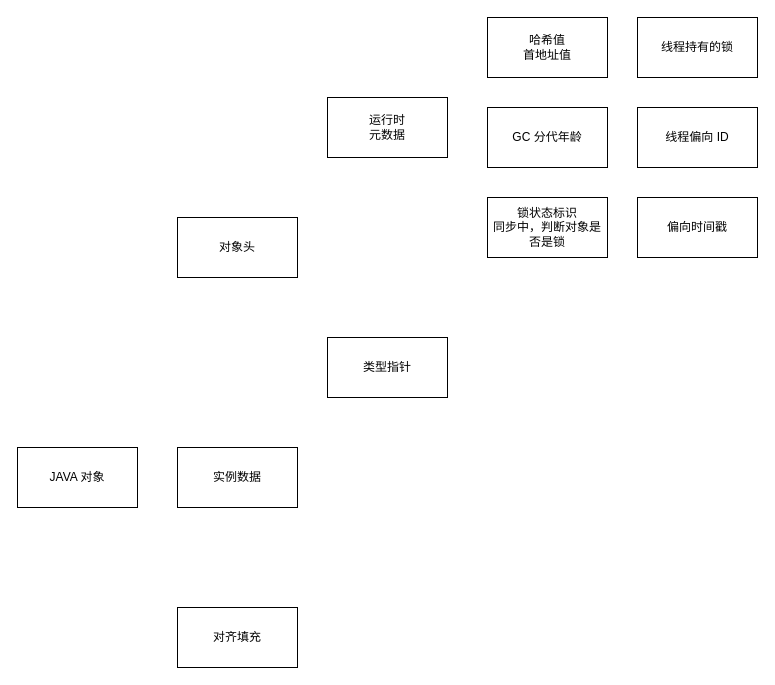
The draw.io diagram com.ygq/frame/Java对象内存分布.drawio in ythawed/diagrams, before the edit. Source tidied: cells renumbered, new cells numbered last; positions are measured from the earlier drawing's top-left corner, leaving out a move shared by most shapes. Both pictures are drawn from the tidied source at 100%, with x=0, y=0 at pixel (17, 17).
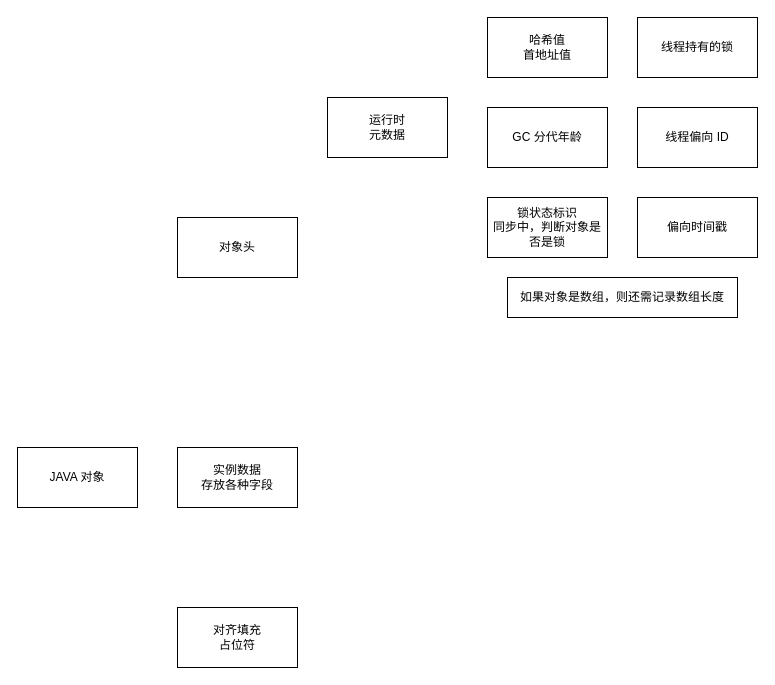
The same page after the edit.

Commit message (it also covers changes not shown here):
Update Java对象内存分布.drawio

Change to the diagram source:
```diff
@@
 <mxGraphModel>
   <root>
     <mxCell id="0" />
     <mxCell id="1" parent="0" />
     <mxCell id="2" value="JAVA 对象" style="rounded=0;whiteSpace=wrap;html=1;" parent="1" vertex="1">
       <mxGeometry y="430" width="120" height="60" as="geometry" />
     </mxCell>
     <mxCell id="3" value="对象头" style="rounded=0;whiteSpace=wrap;html=1;" parent="1" vertex="1">
       <mxGeometry x="160" y="200" width="120" height="60" as="geometry" />
     </mxCell>
-    <mxCell id="4" value="实例数据" style="rounded=0;whiteSpace=wrap;html=1;" parent="1" vertex="1">
+    <mxCell id="4" value="实例数据&lt;br&gt;存放各种字段" style="rounded=0;whiteSpace=wrap;html=1;" parent="1" vertex="1">
       <mxGeometry x="160" y="430" width="120" height="60" as="geometry" />
     </mxCell>
-    <mxCell id="5" value="对齐填充" style="rounded=0;whiteSpace=wrap;html=1;" parent="1" vertex="1">
+    <mxCell id="5" value="对齐填充&lt;br&gt;占位符" style="rounded=0;whiteSpace=wrap;html=1;" parent="1" vertex="1">
       <mxGeometry x="160" y="590" width="120" height="60" as="geometry" />
     </mxCell>
     <mxCell id="6" value="运行时&lt;br&gt;元数据" style="rounded=0;whiteSpace=wrap;html=1;" parent="1" vertex="1">
       <mxGeometry x="310" y="80" width="120" height="60" as="geometry" />
     </mxCell>
-    <mxCell id="7" value="类型指针" style="rounded=0;whiteSpace=wrap;html=1;" parent="1" vertex="1">
-      <mxGeometry x="310" y="320" width="120" height="60" as="geometry" />
-    </mxCell>
     <mxCell id="8" value="哈希值&lt;br&gt;首地址值" style="rounded=0;whiteSpace=wrap;html=1;" parent="1" vertex="1">
       <mxGeometry x="470" width="120" height="60" as="geometry" />
     </mxCell>
     <mxCell id="9" value="GC 分代年龄" style="rounded=0;whiteSpace=wrap;html=1;" parent="1" vertex="1">
       <mxGeometry x="470" y="90" width="120" height="60" as="geometry" />
     </mxCell>
     <mxCell id="10" value="锁状态标识&lt;br&gt;同步中，判断对象是否是锁" style="rounded=0;whiteSpace=wrap;html=1;" parent="1" vertex="1">
       <mxGeometry x="470" y="180" width="120" height="60" as="geometry" />
     </mxCell>
     <mxCell id="11" value="线程持有的锁" style="rounded=0;whiteSpace=wrap;html=1;" parent="1" vertex="1">
       <mxGeometry x="620" width="120" height="60" as="geometry" />
     </mxCell>
     <mxCell id="12" value="线程偏向 ID" style="rounded=0;whiteSpace=wrap;html=1;" parent="1" vertex="1">
       <mxGeometry x="620" y="90" width="120" height="60" as="geometry" />
     </mxCell>
     <mxCell id="13" value="偏向时间戳" style="rounded=0;whiteSpace=wrap;html=1;" parent="1" vertex="1">
       <mxGeometry x="620" y="180" width="120" height="60" as="geometry" />
     </mxCell>
+    <mxCell id="14" value="如果对象是数组，则还需记录数组长度" style="rounded=0;whiteSpace=wrap;html=1;" parent="1" vertex="1">
+      <mxGeometry x="490" y="260" width="230" height="40" as="geometry" />
+    </mxCell>
   </root>
 </mxGraphModel>
```
